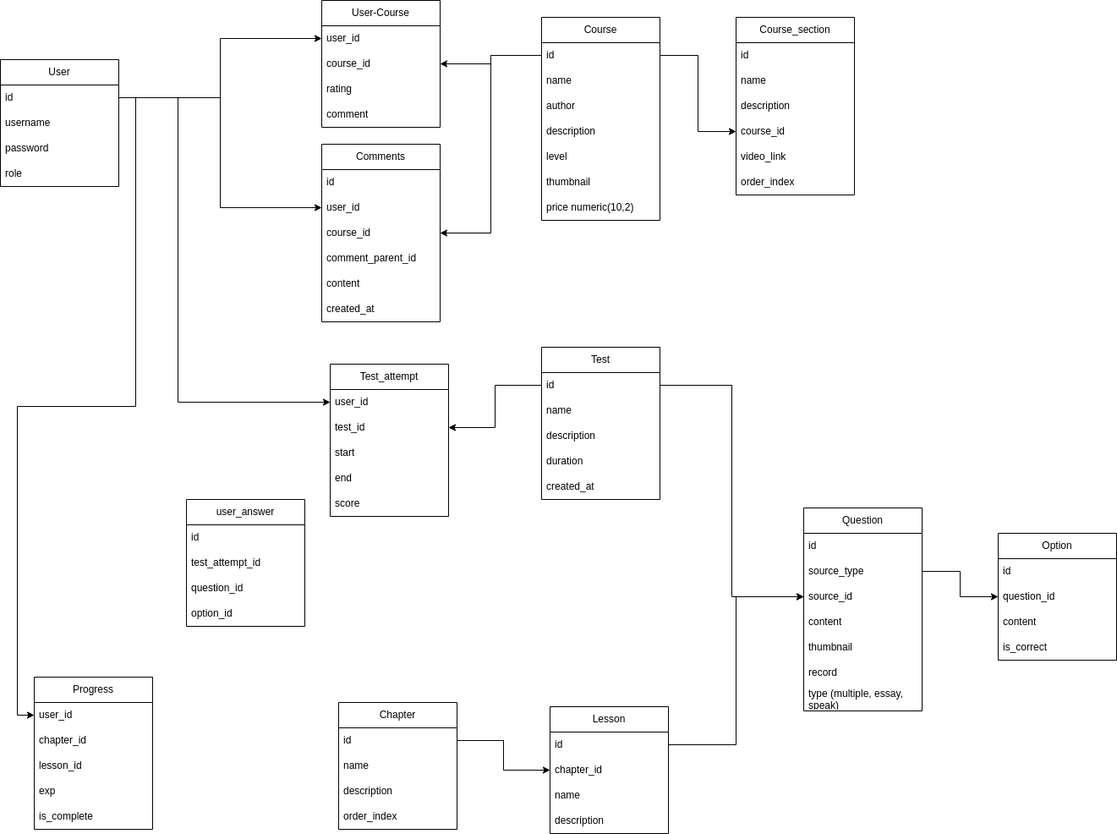
Before: Biểu đồ không có tiêu đề.drawio.png, a diagram exported from draw.io (flow-of-water/EnglishForce). Source tidied: cells renumbered, new cells last; positions are measured from the earlier drawing's top-left corner, leaving out a move shared by most shapes.
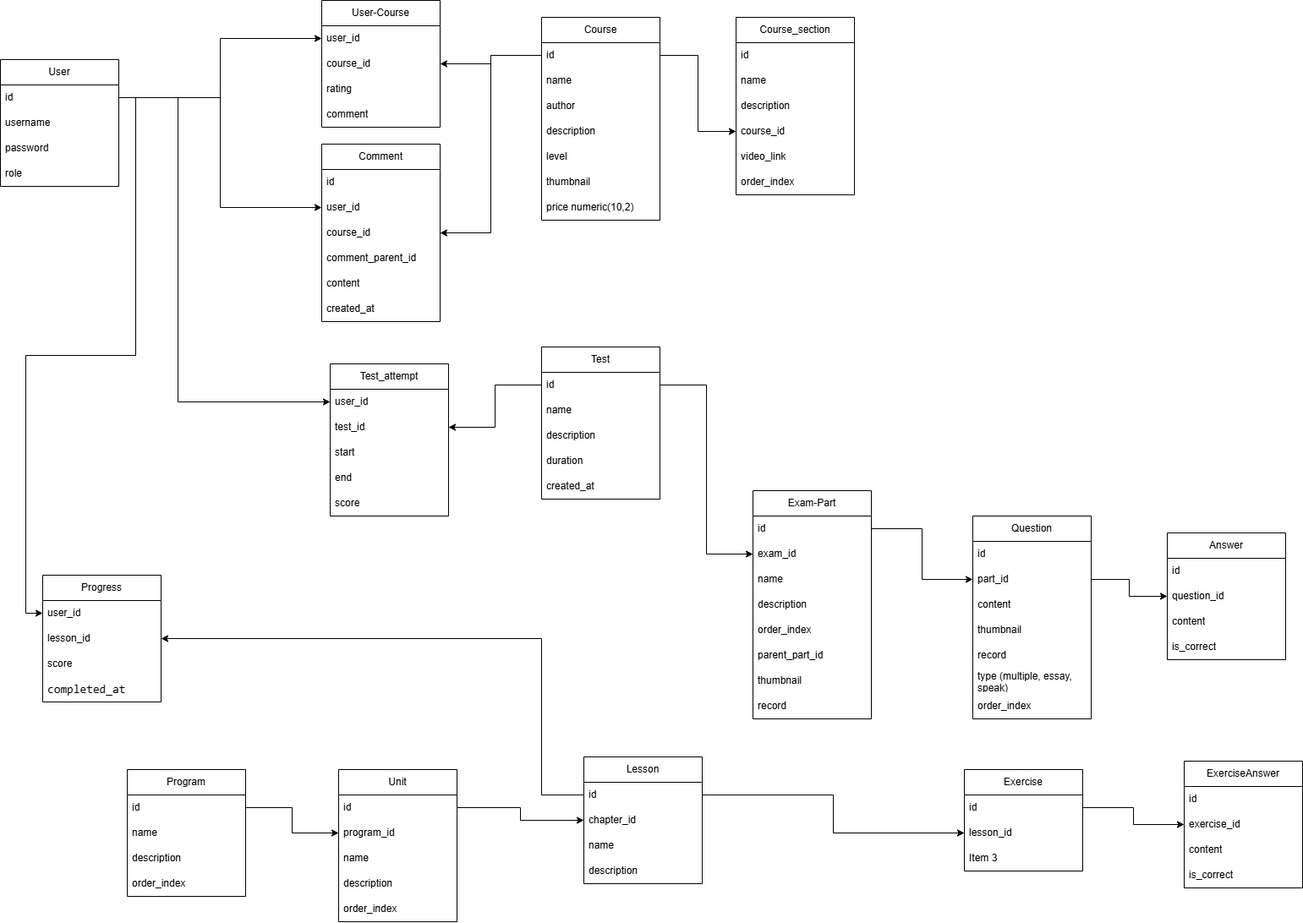
The same diagram one commit later.

Change to the diagram source:
```diff
@@ -88,3 +88,3 @@
     </mxCell>
-    <mxCell id="30" value="Comments" style="swimlane;fontStyle=0;horizontal=1;startSize=30;whiteSpace=wrap;html=1;" parent="1" vertex="1">
+    <mxCell id="30" value="Comment" style="swimlane;fontStyle=0;horizontal=1;startSize=30;whiteSpace=wrap;html=1;" parent="1" vertex="1">
       <mxGeometry x="380" y="170" width="140" height="210" as="geometry" />
@@ -134,3 +134,3 @@
     <mxCell id="45" value="Question" style="swimlane;fontStyle=0;horizontal=1;startSize=30;whiteSpace=wrap;html=1;" parent="1" vertex="1">
-      <mxGeometry x="950" y="600" width="140" height="240" as="geometry" />
+      <mxGeometry x="1150" y="610" width="140" height="240" as="geometry" />
     </mxCell>
@@ -139,20 +139,20 @@
     </mxCell>
-    <mxCell id="47" value="source_type" style="text;strokeColor=none;fillColor=none;align=left;verticalAlign=middle;spacingLeft=4;spacingRight=4;overflow=hidden;points=[[0,0.5],[1,0.5]];portConstraint=eastwest;whiteSpace=wrap;html=1;" parent="45" vertex="1">
+    <mxCell id="47" value="part_id" style="text;strokeColor=none;fillColor=none;align=left;verticalAlign=middle;spacingLeft=4;spacingRight=4;overflow=hidden;points=[[0,0.5],[1,0.5]];portConstraint=eastwest;whiteSpace=wrap;html=1;" parent="45" vertex="1">
       <mxGeometry y="60" width="140" height="30" as="geometry" />
     </mxCell>
-    <mxCell id="48" value="source_id" style="text;strokeColor=none;fillColor=none;align=left;verticalAlign=middle;spacingLeft=4;spacingRight=4;overflow=hidden;points=[[0,0.5],[1,0.5]];portConstraint=eastwest;whiteSpace=wrap;html=1;" parent="45" vertex="1">
-      <mxGeometry y="90" width="140" height="30" as="geometry" />
-    </mxCell>
     <mxCell id="49" value="content" style="text;strokeColor=none;fillColor=none;align=left;verticalAlign=middle;spacingLeft=4;spacingRight=4;overflow=hidden;whiteSpace=wrap;html=1;" parent="45" vertex="1">
-      <mxGeometry y="120" width="140" height="30" as="geometry" />
+      <mxGeometry y="90" width="140" height="30" as="geometry" />
     </mxCell>
     <mxCell id="50" value="thumbnail" style="text;strokeColor=none;fillColor=none;align=left;verticalAlign=middle;spacingLeft=4;spacingRight=4;overflow=hidden;whiteSpace=wrap;html=1;" parent="45" vertex="1">
-      <mxGeometry y="150" width="140" height="30" as="geometry" />
+      <mxGeometry y="120" width="140" height="30" as="geometry" />
     </mxCell>
     <mxCell id="51" value="record" style="text;strokeColor=none;fillColor=none;align=left;verticalAlign=middle;spacingLeft=4;spacingRight=4;overflow=hidden;whiteSpace=wrap;html=1;" parent="45" vertex="1">
-      <mxGeometry y="180" width="140" height="30" as="geometry" />
+      <mxGeometry y="150" width="140" height="30" as="geometry" />
     </mxCell>
     <mxCell id="52" value="type (multiple, essay, speak)" style="text;strokeColor=none;fillColor=none;align=left;verticalAlign=middle;spacingLeft=4;spacingRight=4;overflow=hidden;whiteSpace=wrap;html=1;" parent="45" vertex="1">
-      <mxGeometry y="210" width="140" height="30" as="geometry" />
+      <mxGeometry y="180" width="140" height="30" as="geometry" />
     </mxCell>
+    <mxCell id="92" value="order_index" style="text;strokeColor=none;fillColor=none;align=left;verticalAlign=middle;spacingLeft=4;spacingRight=4;overflow=hidden;whiteSpace=wrap;html=1;" parent="45" vertex="1">
+      <mxGeometry y="210" width="140" height="30" as="geometry" />
+    </mxCell>
     <mxCell id="53" value="Test_attempt" style="swimlane;fontStyle=0;horizontal=1;startSize=30;whiteSpace=wrap;html=1;" parent="1" vertex="1">
@@ -178,7 +178,7 @@
     </mxCell>
-    <mxCell id="60" style="edgeStyle=orthogonalEdgeStyle;rounded=0;jettySize=auto;html=1;exitX=1;exitY=0.5;exitDx=0;exitDy=0;entryX=0;entryY=0.5;entryDx=0;entryDy=0;" parent="1" edge="1" source="40" target="48">
+    <mxCell id="60" style="edgeStyle=orthogonalEdgeStyle;rounded=0;jettySize=auto;html=1;exitX=1;exitY=0.5;exitDx=0;exitDy=0;entryX=0;entryY=0.5;entryDx=0;entryDy=0;" parent="1" edge="1" source="40" target="96">
       <mxGeometry relative="1" as="geometry" />
     </mxCell>
-    <mxCell id="61" value="Option" style="swimlane;fontStyle=0;horizontal=1;startSize=30;whiteSpace=wrap;html=1;" parent="1" vertex="1">
-      <mxGeometry x="1180" y="630" width="140" height="150" as="geometry" />
+    <mxCell id="61" value="Answer" style="swimlane;fontStyle=0;horizontal=1;startSize=30;whiteSpace=wrap;html=1;" parent="1" vertex="1">
+      <mxGeometry x="1380" y="630" width="140" height="150" as="geometry" />
     </mxCell>
@@ -199,4 +199,4 @@
     </mxCell>
-    <mxCell id="67" value="Chapter" style="swimlane;fontStyle=0;horizontal=1;startSize=30;whiteSpace=wrap;html=1;" parent="1" vertex="1">
-      <mxGeometry x="400" y="830" width="140" height="150" as="geometry" />
+    <mxCell id="67" value="Unit" style="swimlane;fontStyle=0;horizontal=1;startSize=30;whiteSpace=wrap;html=1;" parent="1" vertex="1">
+      <mxGeometry x="400" y="910" width="140" height="180" as="geometry" />
     </mxCell>
@@ -205,10 +205,13 @@
     </mxCell>
+    <mxCell id="93" value="program_id" style="text;strokeColor=none;fillColor=none;align=left;verticalAlign=middle;spacingLeft=4;spacingRight=4;overflow=hidden;points=[[0,0.5],[1,0.5]];portConstraint=eastwest;whiteSpace=wrap;html=1;" parent="67" vertex="1">
+      <mxGeometry y="60" width="140" height="30" as="geometry" />
+    </mxCell>
     <mxCell id="69" value="name" style="text;strokeColor=none;fillColor=none;align=left;verticalAlign=middle;spacingLeft=4;spacingRight=4;overflow=hidden;whiteSpace=wrap;html=1;" parent="67" vertex="1">
-      <mxGeometry y="60" width="140" height="30" as="geometry" />
+      <mxGeometry y="90" width="140" height="30" as="geometry" />
     </mxCell>
     <mxCell id="70" value="description" style="text;strokeColor=none;fillColor=none;align=left;verticalAlign=middle;spacingLeft=4;spacingRight=4;overflow=hidden;whiteSpace=wrap;html=1;" parent="67" vertex="1">
-      <mxGeometry y="90" width="140" height="30" as="geometry" />
+      <mxGeometry y="120" width="140" height="30" as="geometry" />
     </mxCell>
     <mxCell id="71" value="order_index" style="text;strokeColor=none;fillColor=none;align=left;verticalAlign=middle;spacingLeft=4;spacingRight=4;overflow=hidden;whiteSpace=wrap;html=1;" parent="67" vertex="1">
-      <mxGeometry y="120" width="140" height="30" as="geometry" />
+      <mxGeometry y="150" width="140" height="30" as="geometry" />
     </mxCell>
@@ -223,3 +226,3 @@
     <mxCell id="73" value="Lesson" style="swimlane;fontStyle=0;horizontal=1;startSize=30;whiteSpace=wrap;html=1;" parent="1" vertex="1">
-      <mxGeometry x="650" y="835" width="140" height="150" as="geometry" />
+      <mxGeometry x="690" y="895" width="140" height="150" as="geometry" />
     </mxCell>
@@ -240,7 +243,4 @@
     </mxCell>
-    <mxCell id="79" style="edgeStyle=orthogonalEdgeStyle;rounded=0;jettySize=auto;html=1;exitX=1;exitY=0.5;exitDx=0;exitDy=0;entryX=0;entryY=0.5;entryDx=0;entryDy=0;" parent="1" edge="1" source="74" target="48">
-      <mxGeometry relative="1" as="geometry" />
-    </mxCell>
     <mxCell id="80" value="Progress" style="swimlane;fontStyle=0;horizontal=1;startSize=30;whiteSpace=wrap;html=1;" parent="1" vertex="1">
-      <mxGeometry x="40" y="800" width="140" height="180" as="geometry" />
+      <mxGeometry x="50" y="680" width="140" height="150" as="geometry" />
     </mxCell>
@@ -249,13 +249,10 @@
     </mxCell>
-    <mxCell id="82" value="chapter_id" style="text;strokeColor=none;fillColor=none;align=left;verticalAlign=middle;spacingLeft=4;spacingRight=4;overflow=hidden;whiteSpace=wrap;html=1;" parent="80" vertex="1">
-      <mxGeometry y="60" width="140" height="30" as="geometry" />
-    </mxCell>
     <mxCell id="83" value="lesson_id" style="text;strokeColor=none;fillColor=none;align=left;verticalAlign=middle;spacingLeft=4;spacingRight=4;overflow=hidden;points=[[0,0.5],[1,0.5]];portConstraint=eastwest;whiteSpace=wrap;html=1;" parent="80" vertex="1">
-      <mxGeometry y="90" width="140" height="30" as="geometry" />
+      <mxGeometry y="60" width="140" height="30" as="geometry" />
     </mxCell>
-    <mxCell id="84" value="exp" style="text;strokeColor=none;fillColor=none;align=left;verticalAlign=middle;spacingLeft=4;spacingRight=4;overflow=hidden;whiteSpace=wrap;html=1;" parent="80" vertex="1">
-      <mxGeometry y="120" width="140" height="30" as="geometry" />
+    <mxCell id="84" value="score" style="text;strokeColor=none;fillColor=none;align=left;verticalAlign=middle;spacingLeft=4;spacingRight=4;overflow=hidden;whiteSpace=wrap;html=1;" parent="80" vertex="1">
+      <mxGeometry y="90" width="140" height="30" as="geometry" />
     </mxCell>
-    <mxCell id="85" value="is_complete" style="text;strokeColor=none;fillColor=none;align=left;verticalAlign=middle;spacingLeft=4;spacingRight=4;overflow=hidden;whiteSpace=wrap;html=1;" parent="80" vertex="1">
-      <mxGeometry y="150" width="140" height="30" as="geometry" />
+    <mxCell id="85" value="&lt;div style=&quot;background-color: rgb(255, 255, 255); font-family: Consolas, &amp;quot;Courier New&amp;quot;, monospace; font-size: 14px; line-height: 19px; white-space: pre;&quot;&gt;completed_at&lt;/div&gt;" style="text;strokeColor=none;fillColor=none;align=left;verticalAlign=middle;spacingLeft=4;spacingRight=4;overflow=hidden;whiteSpace=wrap;html=1;" parent="80" vertex="1">
+      <mxGeometry y="120" width="140" height="30" as="geometry" />
     </mxCell>
@@ -264,17 +261,91 @@
     </mxCell>
-    <mxCell id="87" value="user_answer" style="swimlane;fontStyle=0;horizontal=1;startSize=30;whiteSpace=wrap;html=1;" parent="1" vertex="1">
-      <mxGeometry x="220" y="590" width="140" height="150" as="geometry" />
-    </mxCell>
-    <mxCell id="88" value="id" style="text;strokeColor=none;fillColor=none;align=left;verticalAlign=middle;spacingLeft=4;spacingRight=4;overflow=hidden;whiteSpace=wrap;html=1;" parent="87" vertex="1">
-      <mxGeometry y="30" width="140" height="30" as="geometry" />
-    </mxCell>
-    <mxCell id="89" value="test_attempt_id" style="text;strokeColor=none;fillColor=none;align=left;verticalAlign=middle;spacingLeft=4;spacingRight=4;overflow=hidden;whiteSpace=wrap;html=1;" parent="87" vertex="1">
-      <mxGeometry y="60" width="140" height="30" as="geometry" />
-    </mxCell>
-    <mxCell id="90" value="question_id" style="text;strokeColor=none;fillColor=none;align=left;verticalAlign=middle;spacingLeft=4;spacingRight=4;overflow=hidden;whiteSpace=wrap;html=1;" parent="87" vertex="1">
-      <mxGeometry y="90" width="140" height="30" as="geometry" />
-    </mxCell>
-    <mxCell id="91" value="option_id" style="text;strokeColor=none;fillColor=none;align=left;verticalAlign=middle;spacingLeft=4;spacingRight=4;overflow=hidden;whiteSpace=wrap;html=1;" parent="87" vertex="1">
-      <mxGeometry y="120" width="140" height="30" as="geometry" />
-    </mxCell>
+    <mxCell id="94" value="Exam-Part" style="swimlane;fontStyle=0;horizontal=1;startSize=30;whiteSpace=wrap;html=1;" parent="1" vertex="1">
+      <mxGeometry x="890" y="580" width="140" height="270" as="geometry" />
+    </mxCell>
+    <mxCell id="95" value="id" style="text;strokeColor=none;fillColor=none;align=left;verticalAlign=middle;spacingLeft=4;spacingRight=4;overflow=hidden;points=[[0,0.5],[1,0.5]];portConstraint=eastwest;whiteSpace=wrap;html=1;" parent="94" vertex="1">
+      <mxGeometry y="30" width="140" height="30" as="geometry" />
+    </mxCell>
+    <mxCell id="96" value="exam_id" style="text;strokeColor=none;fillColor=none;align=left;verticalAlign=middle;spacingLeft=4;spacingRight=4;overflow=hidden;points=[[0,0.5],[1,0.5]];portConstraint=eastwest;whiteSpace=wrap;html=1;" parent="94" vertex="1">
+      <mxGeometry y="60" width="140" height="30" as="geometry" />
+    </mxCell>
+    <mxCell id="97" value="name" style="text;strokeColor=none;fillColor=none;align=left;verticalAlign=middle;spacingLeft=4;spacingRight=4;overflow=hidden;whiteSpace=wrap;html=1;" parent="94" vertex="1">
+      <mxGeometry y="90" width="140" height="30" as="geometry" />
+    </mxCell>
+    <mxCell id="98" value="description" style="text;strokeColor=none;fillColor=none;align=left;verticalAlign=middle;spacingLeft=4;spacingRight=4;overflow=hidden;whiteSpace=wrap;html=1;" parent="94" vertex="1">
+      <mxGeometry y="120" width="140" height="30" as="geometry" />
+    </mxCell>
+    <mxCell id="99" value="order_index" style="text;strokeColor=none;fillColor=none;align=left;verticalAlign=middle;spacingLeft=4;spacingRight=4;overflow=hidden;whiteSpace=wrap;html=1;" parent="94" vertex="1">
+      <mxGeometry y="150" width="140" height="30" as="geometry" />
+    </mxCell>
+    <mxCell id="100" value="parent_part_id" style="text;strokeColor=none;fillColor=none;align=left;verticalAlign=middle;spacingLeft=4;spacingRight=4;overflow=hidden;whiteSpace=wrap;html=1;" parent="94" vertex="1">
+      <mxGeometry y="180" width="140" height="30" as="geometry" />
+    </mxCell>
+    <mxCell id="101" value="thumbnail" style="text;strokeColor=none;fillColor=none;align=left;verticalAlign=middle;spacingLeft=4;spacingRight=4;overflow=hidden;whiteSpace=wrap;html=1;" parent="94" vertex="1">
+      <mxGeometry y="210" width="140" height="30" as="geometry" />
+    </mxCell>
+    <mxCell id="102" value="record" style="text;strokeColor=none;fillColor=none;align=left;verticalAlign=middle;spacingLeft=4;spacingRight=4;overflow=hidden;whiteSpace=wrap;html=1;" parent="94" vertex="1">
+      <mxGeometry y="240" width="140" height="30" as="geometry" />
+    </mxCell>
+    <mxCell id="103" style="edgeStyle=orthogonalEdgeStyle;rounded=0;jettySize=auto;html=1;exitX=1;exitY=0.5;exitDx=0;exitDy=0;entryX=0;entryY=0.5;entryDx=0;entryDy=0;" parent="1" edge="1" source="95" target="47">
+      <mxGeometry relative="1" as="geometry" />
+    </mxCell>
+    <mxCell id="104" value="Program" style="swimlane;fontStyle=0;horizontal=1;startSize=30;whiteSpace=wrap;html=1;" parent="1" vertex="1">
+      <mxGeometry x="150" y="910" width="140" height="150" as="geometry" />
+    </mxCell>
+    <mxCell id="105" value="id" style="text;strokeColor=none;fillColor=none;align=left;verticalAlign=middle;spacingLeft=4;spacingRight=4;overflow=hidden;points=[[0,0.5],[1,0.5]];portConstraint=eastwest;whiteSpace=wrap;html=1;" parent="104" vertex="1">
+      <mxGeometry y="30" width="140" height="30" as="geometry" />
+    </mxCell>
+    <mxCell id="106" value="name" style="text;strokeColor=none;fillColor=none;align=left;verticalAlign=middle;spacingLeft=4;spacingRight=4;overflow=hidden;whiteSpace=wrap;html=1;" parent="104" vertex="1">
+      <mxGeometry y="60" width="140" height="30" as="geometry" />
+    </mxCell>
+    <mxCell id="107" value="description" style="text;strokeColor=none;fillColor=none;align=left;verticalAlign=middle;spacingLeft=4;spacingRight=4;overflow=hidden;whiteSpace=wrap;html=1;" parent="104" vertex="1">
+      <mxGeometry y="90" width="140" height="30" as="geometry" />
+    </mxCell>
+    <mxCell id="108" value="order_index" style="text;strokeColor=none;fillColor=none;align=left;verticalAlign=middle;spacingLeft=4;spacingRight=4;overflow=hidden;whiteSpace=wrap;html=1;" parent="104" vertex="1">
+      <mxGeometry y="120" width="140" height="30" as="geometry" />
+    </mxCell>
+    <mxCell id="109" style="edgeStyle=orthogonalEdgeStyle;rounded=0;jettySize=auto;html=1;exitX=1;exitY=0.5;exitDx=0;exitDy=0;entryX=0;entryY=0.5;entryDx=0;entryDy=0;" parent="1" edge="1" source="105" target="93">
+      <mxGeometry relative="1" as="geometry" />
+    </mxCell>
+    <mxCell id="110" value="Exercise" style="swimlane;fontStyle=0;horizontal=1;startSize=30;whiteSpace=wrap;html=1;" parent="1" vertex="1">
+      <mxGeometry x="1140" y="910" width="140" height="120" as="geometry" />
+    </mxCell>
+    <mxCell id="111" value="id" style="text;strokeColor=none;fillColor=none;align=left;verticalAlign=middle;spacingLeft=4;spacingRight=4;overflow=hidden;points=[[0,0.5],[1,0.5]];portConstraint=eastwest;whiteSpace=wrap;html=1;" parent="110" vertex="1">
+      <mxGeometry y="30" width="140" height="30" as="geometry" />
+    </mxCell>
+    <mxCell id="112" value="lesson_id" style="text;strokeColor=none;fillColor=none;align=left;verticalAlign=middle;spacingLeft=4;spacingRight=4;overflow=hidden;points=[[0,0.5],[1,0.5]];portConstraint=eastwest;whiteSpace=wrap;html=1;" parent="110" vertex="1">
+      <mxGeometry y="60" width="140" height="30" as="geometry" />
+    </mxCell>
+    <mxCell id="113" value="Item 3" style="text;strokeColor=none;fillColor=none;align=left;verticalAlign=middle;spacingLeft=4;spacingRight=4;overflow=hidden;whiteSpace=wrap;html=1;" parent="110" vertex="1">
+      <mxGeometry y="90" width="140" height="30" as="geometry" />
+    </mxCell>
+    <mxCell id="114" value="ExerciseAnswer" style="swimlane;fontStyle=0;horizontal=1;startSize=30;whiteSpace=wrap;html=1;" parent="1" vertex="1">
+      <mxGeometry x="1400" y="900" width="140" height="150" as="geometry" />
+    </mxCell>
+    <mxCell id="115" value="id" style="text;strokeColor=none;fillColor=none;align=left;verticalAlign=middle;spacingLeft=4;spacingRight=4;overflow=hidden;whiteSpace=wrap;html=1;" parent="114" vertex="1">
+      <mxGeometry y="30" width="140" height="30" as="geometry" />
+    </mxCell>
+    <mxCell id="116" value="exercise_id" style="text;strokeColor=none;fillColor=none;align=left;verticalAlign=middle;spacingLeft=4;spacingRight=4;overflow=hidden;points=[[0,0.5],[1,0.5]];portConstraint=eastwest;whiteSpace=wrap;html=1;" parent="114" vertex="1">
+      <mxGeometry y="60" width="140" height="30" as="geometry" />
+    </mxCell>
+    <mxCell id="117" value="content" style="text;strokeColor=none;fillColor=none;align=left;verticalAlign=middle;spacingLeft=4;spacingRight=4;overflow=hidden;whiteSpace=wrap;html=1;" parent="114" vertex="1">
+      <mxGeometry y="90" width="140" height="30" as="geometry" />
+    </mxCell>
+    <mxCell id="118" value="is_correct" style="text;strokeColor=none;fillColor=none;align=left;verticalAlign=middle;spacingLeft=4;spacingRight=4;overflow=hidden;whiteSpace=wrap;html=1;" parent="114" vertex="1">
+      <mxGeometry y="120" width="140" height="30" as="geometry" />
+    </mxCell>
+    <mxCell id="119" style="edgeStyle=orthogonalEdgeStyle;rounded=0;jettySize=auto;html=1;exitX=1;exitY=0.5;exitDx=0;exitDy=0;entryX=0;entryY=0.5;entryDx=0;entryDy=0;" parent="1" edge="1" source="111" target="116">
+      <mxGeometry relative="1" as="geometry" />
+    </mxCell>
+    <mxCell id="120" style="edgeStyle=orthogonalEdgeStyle;rounded=0;jettySize=auto;html=1;exitX=1;exitY=0.5;exitDx=0;exitDy=0;entryX=0;entryY=0.5;entryDx=0;entryDy=0;" parent="1" edge="1" source="74" target="112">
+      <mxGeometry relative="1" as="geometry" />
+    </mxCell>
+    <mxCell id="121" style="edgeStyle=orthogonalEdgeStyle;rounded=0;jettySize=auto;html=1;exitX=0;exitY=0.5;exitDx=0;exitDy=0;entryX=1;entryY=0.5;entryDx=0;entryDy=0;" parent="1" edge="1" source="74" target="83">
+      <mxGeometry relative="1" as="geometry">
+        <Array as="points">
+          <mxPoint x="640" y="940" />
+          <mxPoint x="640" y="755" />
+        </Array>
+      </mxGeometry>
+    </mxCell>
   </root>
```
